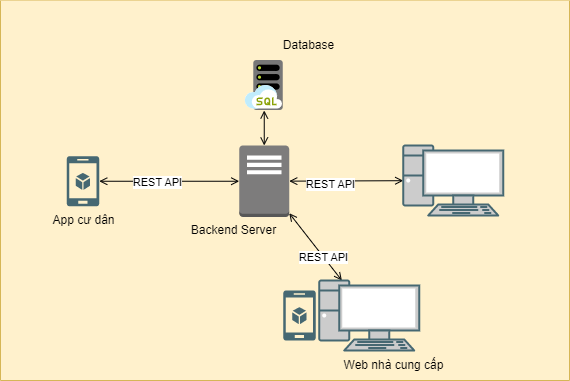
Above: chung/sơ đồ tổng quan.drawio.png in kienndhn/draw-io (draw.io), before the change. Source tidied: cells renumbered, new cells last; positions are measured from the earlier drawing's top-left corner, leaving out a move shared by most shapes. Source of this version:
```xml
<mxGraphModel>
  <root>
    <mxCell id="0" />
    <mxCell id="1" parent="0" />
    <mxCell id="2" value="Web quản trị" style="text;html=1;align=center;verticalAlign=middle;strokeColor=none;fillColor=none;" parent="1" vertex="1">
      <mxGeometry x="397.8" y="200" width="90" height="30" as="geometry" />
    </mxCell>
    <mxCell id="3" style="swimlane;startSize=0;fillColor=#fff2cc;strokeColor=#d6b656;swimlaneFillColor=#fff1cc;" parent="1" vertex="1">
      <mxGeometry width="569" height="380" as="geometry" />
    </mxCell>
    <mxCell id="4" style="edgeStyle=none;rounded=0;jettySize=auto;html=1;startArrow=open;startFill=0;endArrow=open;endFill=0;exitX=0.5;exitY=0;exitDx=0;exitDy=0;exitPerimeter=0;" parent="3" edge="1" source="21" target="15">
      <mxGeometry relative="1" as="geometry" />
    </mxCell>
    <mxCell id="5" style="rounded=0;jettySize=auto;html=1;entryX=0;entryY=0.5;entryDx=0;entryDy=0;endArrow=open;endFill=0;startArrow=open;startFill=0;exitX=1;exitY=0.5;exitDx=0;exitDy=0;exitPerimeter=0;entryPerimeter=0;" parent="3" edge="1" source="16" target="21">
      <mxGeometry relative="1" as="geometry" />
    </mxCell>
    <mxCell id="6" value="REST API" style="edgeLabel;html=1;align=center;verticalAlign=middle;" parent="5" vertex="1">
      <mxGeometry x="-0.17" y="-1" relative="1" as="geometry" />
    </mxCell>
    <mxCell id="7" value="Backend Server" style="text;html=1;align=center;verticalAlign=middle;strokeColor=none;fillColor=none;" parent="3" vertex="1">
      <mxGeometry x="177.8" y="215" width="110" height="30" as="geometry" />
    </mxCell>
    <mxCell id="8" value="Database" style="text;html=1;align=center;verticalAlign=middle;strokeColor=none;fillColor=none;" parent="3" vertex="1">
      <mxGeometry x="272.8" y="30" width="70" height="30" as="geometry" />
    </mxCell>
    <mxCell id="9" style="edgeStyle=none;rounded=0;jettySize=auto;html=1;startArrow=open;startFill=0;endArrow=open;endFill=0;" parent="3" edge="1" source="21" target="20">
      <mxGeometry relative="1" as="geometry" />
    </mxCell>
    <mxCell id="10" value="REST API" style="edgeLabel;html=1;align=center;verticalAlign=middle;" parent="9" vertex="1">
      <mxGeometry x="-0.28" y="-3" relative="1" as="geometry" />
    </mxCell>
    <mxCell id="11" style="edgeStyle=none;rounded=0;jettySize=auto;html=1;startArrow=open;startFill=0;endArrow=open;endFill=0;" parent="3" edge="1" source="19" target="21">
      <mxGeometry relative="1" as="geometry" />
    </mxCell>
    <mxCell id="12" value="REST API" style="edgeLabel;html=1;align=center;verticalAlign=middle;" parent="11" vertex="1">
      <mxGeometry x="-0.29" y="1" relative="1" as="geometry" />
    </mxCell>
    <mxCell id="13" value="Web nhà cung cấp" style="text;html=1;align=center;verticalAlign=middle;strokeColor=none;fillColor=none;" parent="3" vertex="1">
      <mxGeometry x="333" y="350" width="120" height="30" as="geometry" />
    </mxCell>
    <mxCell id="14" value="App cư dân" style="text;html=1;align=center;verticalAlign=middle;strokeColor=none;fillColor=none;" parent="3" vertex="1">
      <mxGeometry x="37.5" y="205" width="90" height="30" as="geometry" />
    </mxCell>
    <mxCell id="15" style="sketch=0;html=1;points=[];align=center;image;fontSize=12;image=img/lib/mscae/SQL_Managed_Instances.svg;" parent="3" vertex="1">
      <mxGeometry x="244.8" y="60" width="38" height="50" as="geometry" />
    </mxCell>
    <mxCell id="16" style="verticalLabelPosition=bottom;html=1;verticalAlign=top;align=center;strokeColor=none;fillColor=#466872;shape=mxgraph.azure.mobile_services;" parent="3" vertex="1">
      <mxGeometry x="66.2" y="155.8" width="32.5" height="50" as="geometry" />
    </mxCell>
    <mxCell id="17" style="group;" parent="3" vertex="1">
      <mxGeometry x="282.8" y="280" width="136" height="70" as="geometry" />
    </mxCell>
    <mxCell id="18" style="verticalLabelPosition=bottom;html=1;verticalAlign=top;align=center;strokeColor=none;fillColor=#466872;shape=mxgraph.azure.mobile_services;" parent="17" vertex="1">
      <mxGeometry y="10" width="32.5" height="50" as="geometry" />
    </mxCell>
    <mxCell id="19" style="fontColor=#0066CC;verticalAlign=top;verticalLabelPosition=bottom;labelPosition=center;align=center;html=1;outlineConnect=0;fillColor=#CCCCCC;strokeColor=#466872;gradientColor=none;gradientDirection=north;strokeWidth=2;shape=mxgraph.networks.pc;" parent="17" vertex="1">
      <mxGeometry x="36" width="100" height="70" as="geometry" />
    </mxCell>
    <mxCell id="20" style="fontColor=#0066CC;verticalAlign=top;verticalLabelPosition=bottom;labelPosition=center;align=center;html=1;outlineConnect=0;fillColor=#CCCCCC;strokeColor=#466872;gradientColor=none;gradientDirection=north;strokeWidth=2;shape=mxgraph.networks.pc;" parent="3" vertex="1">
      <mxGeometry x="402.8" y="145" width="100" height="70" as="geometry" />
    </mxCell>
    <mxCell id="21" style="outlineConnect=0;dashed=0;verticalLabelPosition=bottom;verticalAlign=top;align=center;html=1;shape=mxgraph.aws3.traditional_server;fillColor=#7D7C7C;gradientColor=none;strokeColor=#466872;" parent="3" vertex="1">
      <mxGeometry x="238.8" y="145" width="50" height="71.5" as="geometry" />
    </mxCell>
  </root>
</mxGraphModel>
```
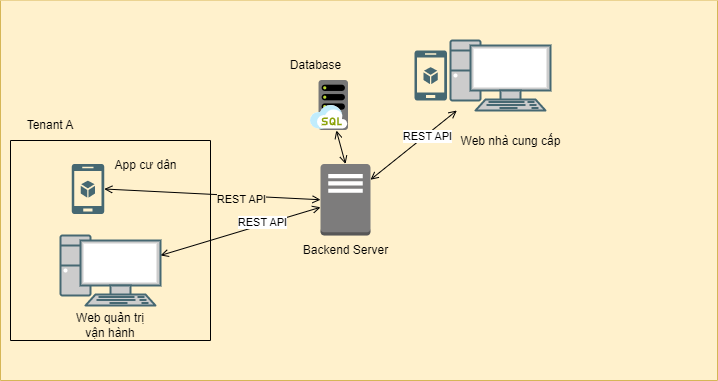
After the commit.

The edit, as a diff of the source:
```diff
@@ -5,8 +5,8 @@
     <mxCell id="2" value="Web quản trị" style="text;html=1;align=center;verticalAlign=middle;strokeColor=none;fillColor=none;" parent="1" vertex="1">
       <mxGeometry x="397.8" y="200" width="90" height="30" as="geometry" />
     </mxCell>
-    <mxCell id="3" style="swimlane;startSize=0;fillColor=#fff2cc;strokeColor=#d6b656;swimlaneFillColor=#fff1cc;" parent="1" vertex="1">
-      <mxGeometry width="569" height="380" as="geometry" />
+    <mxCell id="3" style="swimlane;startSize=0;fillColor=#fff2cc;strokeColor=#d6b656;swimlaneFillColor=#fff1cc;labelBackgroundColor=#956565;" parent="1" vertex="1">
+      <mxGeometry x="-100" y="10" width="717" height="380" as="geometry" />
     </mxCell>
     <mxCell id="4" style="edgeStyle=none;rounded=0;jettySize=auto;html=1;startArrow=open;startFill=0;endArrow=open;endFill=0;exitX=0.5;exitY=0;exitDx=0;exitDy=0;exitPerimeter=0;" parent="3" edge="1" source="21" target="15">
       <mxGeometry relative="1" as="geometry" />
@@ -14,14 +14,16 @@
     <mxCell id="5" style="rounded=0;jettySize=auto;html=1;entryX=0;entryY=0.5;entryDx=0;entryDy=0;endArrow=open;endFill=0;startArrow=open;startFill=0;exitX=1;exitY=0.5;exitDx=0;exitDy=0;exitPerimeter=0;entryPerimeter=0;" parent="3" edge="1" source="16" target="21">
       <mxGeometry relative="1" as="geometry" />
     </mxCell>
-    <mxCell id="6" value="REST API" style="edgeLabel;html=1;align=center;verticalAlign=middle;" parent="5" vertex="1">
-      <mxGeometry x="-0.17" y="-1" relative="1" as="geometry" />
+    <mxCell id="6" value="REST API" style="edgeLabel;html=1;align=center;verticalAlign=middle;labelBackgroundColor=#fff1cc;" parent="5" vertex="1">
+      <mxGeometry x="-0.17" y="-1" relative="1" as="geometry">
+        <mxPoint x="47" y="5" as="offset" />
+      </mxGeometry>
     </mxCell>
     <mxCell id="7" value="Backend Server" style="text;html=1;align=center;verticalAlign=middle;strokeColor=none;fillColor=none;" parent="3" vertex="1">
-      <mxGeometry x="177.8" y="215" width="110" height="30" as="geometry" />
+      <mxGeometry x="290" y="235" width="110" height="30" as="geometry" />
     </mxCell>
     <mxCell id="8" value="Database" style="text;html=1;align=center;verticalAlign=middle;strokeColor=none;fillColor=none;" parent="3" vertex="1">
-      <mxGeometry x="272.8" y="30" width="70" height="30" as="geometry" />
+      <mxGeometry x="280" y="50" width="70" height="30" as="geometry" />
     </mxCell>
     <mxCell id="9" style="edgeStyle=none;rounded=0;jettySize=auto;html=1;startArrow=open;startFill=0;endArrow=open;endFill=0;" parent="3" edge="1" source="21" target="20">
       <mxGeometry relative="1" as="geometry" />
@@ -36,19 +38,31 @@
       <mxGeometry x="-0.29" y="1" relative="1" as="geometry" />
     </mxCell>
     <mxCell id="13" value="Web nhà cung cấp" style="text;html=1;align=center;verticalAlign=middle;strokeColor=none;fillColor=none;" parent="3" vertex="1">
-      <mxGeometry x="333" y="350" width="120" height="30" as="geometry" />
+      <mxGeometry x="450" y="125.8" width="120" height="30" as="geometry" />
     </mxCell>
+    <mxCell id="15" style="sketch=0;html=1;points=[];align=center;image;fontSize=12;image=img/lib/mscae/SQL_Managed_Instances.svg;" parent="3" vertex="1">
+      <mxGeometry x="310" y="80" width="38" height="50" as="geometry" />
+    </mxCell>
+    <mxCell id="21" style="outlineConnect=0;dashed=0;verticalLabelPosition=bottom;verticalAlign=top;align=center;html=1;shape=mxgraph.aws3.traditional_server;fillColor=#7D7C7C;gradientColor=none;strokeColor=#466872;" parent="3" vertex="1">
+      <mxGeometry x="320" y="163.5" width="50" height="71.5" as="geometry" />
+    </mxCell>
+    <mxCell id="22" style="swimlane;startSize=0;" parent="3" vertex="1">
+      <mxGeometry x="10" y="140" width="200" height="200" as="geometry" />
+    </mxCell>
+    <mxCell id="20" style="fontColor=#0066CC;verticalAlign=top;verticalLabelPosition=bottom;labelPosition=center;align=center;html=1;outlineConnect=0;fillColor=#CCCCCC;strokeColor=#466872;gradientColor=none;gradientDirection=north;strokeWidth=2;shape=mxgraph.networks.pc;" parent="22" vertex="1">
+      <mxGeometry x="50" y="95" width="100" height="70" as="geometry" />
+    </mxCell>
+    <mxCell id="23" value="Web quản trị vận hành" style="text;html=1;strokeColor=none;fillColor=none;align=center;verticalAlign=middle;whiteSpace=wrap;rounded=0;" parent="22" vertex="1">
+      <mxGeometry x="61.2" y="170" width="77.5" height="30" as="geometry" />
+    </mxCell>
+    <mxCell id="16" style="verticalLabelPosition=bottom;html=1;verticalAlign=top;align=center;strokeColor=none;fillColor=#466872;shape=mxgraph.azure.mobile_services;" parent="22" vertex="1">
+      <mxGeometry x="61.2" y="23.5" width="32.5" height="50" as="geometry" />
+    </mxCell>
-    <mxCell id="14" value="App cư dân" style="text;html=1;align=center;verticalAlign=middle;strokeColor=none;fillColor=none;" parent="3" vertex="1">
-      <mxGeometry x="37.5" y="205" width="90" height="30" as="geometry" />
+    <mxCell id="14" value="App cư dân" style="text;html=1;align=center;verticalAlign=middle;strokeColor=none;fillColor=none;" parent="22" vertex="1">
+      <mxGeometry x="90" y="10" width="90" height="30" as="geometry" />
     </mxCell>
-    <mxCell id="15" style="sketch=0;html=1;points=[];align=center;image;fontSize=12;image=img/lib/mscae/SQL_Managed_Instances.svg;" parent="3" vertex="1">
-      <mxGeometry x="244.8" y="60" width="38" height="50" as="geometry" />
-    </mxCell>
-    <mxCell id="16" style="verticalLabelPosition=bottom;html=1;verticalAlign=top;align=center;strokeColor=none;fillColor=#466872;shape=mxgraph.azure.mobile_services;" parent="3" vertex="1">
-      <mxGeometry x="66.2" y="155.8" width="32.5" height="50" as="geometry" />
-    </mxCell>
     <mxCell id="17" style="group;" parent="3" vertex="1">
-      <mxGeometry x="282.8" y="280" width="136" height="70" as="geometry" />
+      <mxGeometry x="414" y="40" width="136" height="70" as="geometry" />
     </mxCell>
     <mxCell id="18" style="verticalLabelPosition=bottom;html=1;verticalAlign=top;align=center;strokeColor=none;fillColor=#466872;shape=mxgraph.azure.mobile_services;" parent="17" vertex="1">
       <mxGeometry y="10" width="32.5" height="50" as="geometry" />
@@ -56,11 +70,8 @@
     <mxCell id="19" style="fontColor=#0066CC;verticalAlign=top;verticalLabelPosition=bottom;labelPosition=center;align=center;html=1;outlineConnect=0;fillColor=#CCCCCC;strokeColor=#466872;gradientColor=none;gradientDirection=north;strokeWidth=2;shape=mxgraph.networks.pc;" parent="17" vertex="1">
       <mxGeometry x="36" width="100" height="70" as="geometry" />
     </mxCell>
-    <mxCell id="20" style="fontColor=#0066CC;verticalAlign=top;verticalLabelPosition=bottom;labelPosition=center;align=center;html=1;outlineConnect=0;fillColor=#CCCCCC;strokeColor=#466872;gradientColor=none;gradientDirection=north;strokeWidth=2;shape=mxgraph.networks.pc;" parent="3" vertex="1">
-      <mxGeometry x="402.8" y="145" width="100" height="70" as="geometry" />
-    </mxCell>
-    <mxCell id="21" style="outlineConnect=0;dashed=0;verticalLabelPosition=bottom;verticalAlign=top;align=center;html=1;shape=mxgraph.aws3.traditional_server;fillColor=#7D7C7C;gradientColor=none;strokeColor=#466872;" parent="3" vertex="1">
-      <mxGeometry x="238.8" y="145" width="50" height="71.5" as="geometry" />
-    </mxCell>
+    <mxCell id="24" value="Tenant A" style="text;html=1;strokeColor=none;fillColor=none;align=center;verticalAlign=middle;whiteSpace=wrap;rounded=0;" parent="3" vertex="1">
+      <mxGeometry x="20" y="110" width="60" height="30" as="geometry" />
+    </mxCell>
   </root>
 </mxGraphModel>
```
